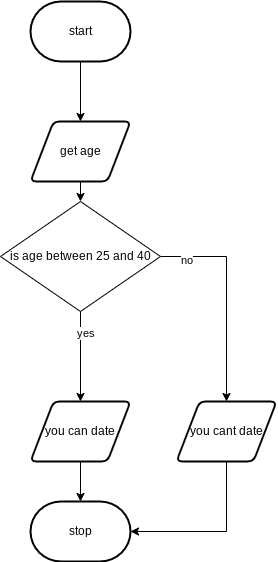
Earlier version of the draw.io export flow.png (devin-jhu/ICS3U-3-07-Python). Source tidied: cells renumbered, new cells last; positions are measured from the earlier drawing's top-left corner, leaving out a move shared by most shapes. The source it was exported from:
```xml
<mxGraphModel>
  <root>
    <mxCell id="0" />
    <mxCell id="1" parent="0" />
    <mxCell id="2" style="edgeStyle=none;html=1;exitX=0.5;exitY=1;exitDx=0;exitDy=0;exitPerimeter=0;entryX=0.5;entryY=0;entryDx=0;entryDy=0;" parent="1" edge="1" source="3" target="5">
      <mxGeometry relative="1" as="geometry" />
    </mxCell>
    <mxCell id="3" value="start" style="strokeWidth=2;html=1;shape=mxgraph.flowchart.terminator;whiteSpace=wrap;" parent="1" vertex="1">
      <mxGeometry x="30" width="100" height="60" as="geometry" />
    </mxCell>
    <mxCell id="4" style="edgeStyle=none;html=1;exitX=0.5;exitY=1;exitDx=0;exitDy=0;entryX=0.5;entryY=0;entryDx=0;entryDy=0;" parent="1" edge="1" source="5" target="15">
      <mxGeometry relative="1" as="geometry" />
    </mxCell>
    <mxCell id="5" value="get age" style="shape=parallelogram;html=1;strokeWidth=2;perimeter=parallelogramPerimeter;whiteSpace=wrap;rounded=1;arcSize=12;size=0.23;" parent="1" vertex="1">
      <mxGeometry x="30" y="120" width="100" height="60" as="geometry" />
    </mxCell>
    <mxCell id="6" style="edgeStyle=none;html=1;exitX=0.5;exitY=1;exitDx=0;exitDy=0;entryX=0.5;entryY=0;entryDx=0;entryDy=0;" parent="1" edge="1" source="15" target="11">
      <mxGeometry relative="1" as="geometry" />
    </mxCell>
    <mxCell id="7" value="yes" style="edgeLabel;html=1;align=center;verticalAlign=middle;" parent="6" vertex="1">
      <mxGeometry x="-0.54" y="4" relative="1" as="geometry" />
    </mxCell>
    <mxCell id="8" style="edgeStyle=orthogonalEdgeStyle;html=1;exitX=1;exitY=0.5;exitDx=0;exitDy=0;entryX=0.5;entryY=0;entryDx=0;entryDy=0;rounded=0;" parent="1" edge="1" source="15" target="14">
      <mxGeometry relative="1" as="geometry" />
    </mxCell>
    <mxCell id="9" value="no" style="edgeLabel;html=1;align=center;verticalAlign=middle;fontSize=11;fontFamily=Helvetica;fontColor=default;" parent="8" vertex="1">
      <mxGeometry x="-0.76" y="-3" relative="1" as="geometry" />
    </mxCell>
    <mxCell id="10" style="edgeStyle=none;html=1;exitX=0.5;exitY=1;exitDx=0;exitDy=0;entryX=0.5;entryY=0;entryDx=0;entryDy=0;entryPerimeter=0;" parent="1" edge="1" source="11" target="12">
      <mxGeometry relative="1" as="geometry" />
    </mxCell>
    <mxCell id="11" value="you can date" style="shape=parallelogram;html=1;strokeWidth=2;perimeter=parallelogramPerimeter;whiteSpace=wrap;rounded=1;arcSize=12;size=0.23;" parent="1" vertex="1">
      <mxGeometry x="30" y="400" width="100" height="60" as="geometry" />
    </mxCell>
    <mxCell id="12" value="stop" style="strokeWidth=2;html=1;shape=mxgraph.flowchart.terminator;whiteSpace=wrap;" parent="1" vertex="1">
      <mxGeometry x="30" y="500" width="100" height="60" as="geometry" />
    </mxCell>
    <mxCell id="13" style="edgeStyle=orthogonalEdgeStyle;shape=connector;rounded=0;html=1;exitX=0.5;exitY=1;exitDx=0;exitDy=0;entryX=1;entryY=0.5;entryDx=0;entryDy=0;entryPerimeter=0;labelBackgroundColor=default;fontFamily=Helvetica;fontSize=11;fontColor=default;endArrow=classic;strokeColor=default;" parent="1" edge="1" source="14" target="12">
      <mxGeometry relative="1" as="geometry">
        <Array as="points">
          <mxPoint x="226" y="530" />
        </Array>
      </mxGeometry>
    </mxCell>
    <mxCell id="14" value="you cant date" style="shape=parallelogram;html=1;strokeWidth=2;perimeter=parallelogramPerimeter;whiteSpace=wrap;rounded=1;arcSize=12;size=0.23;" parent="1" vertex="1">
      <mxGeometry x="176" y="400" width="100" height="60" as="geometry" />
    </mxCell>
    <mxCell id="15" value="is age between 25 and 40" style="rhombus;whiteSpace=wrap;html=1;" parent="1" vertex="1">
      <mxGeometry y="200" width="160" height="110" as="geometry" />
    </mxCell>
  </root>
</mxGraphModel>
```
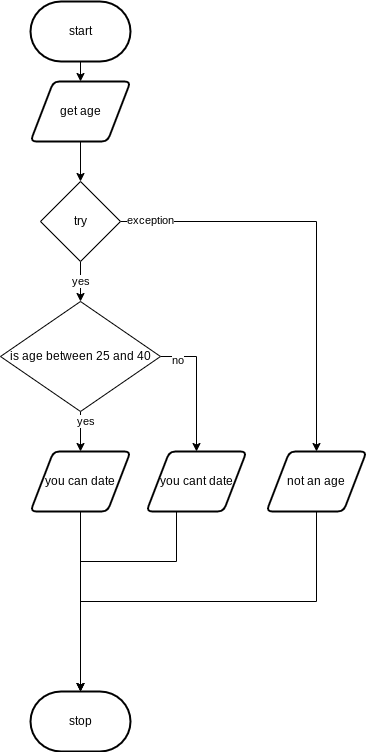
Above is the later version.

What changed in the source:
```diff
@@ -6,13 +6,13 @@
       <mxGeometry relative="1" as="geometry" />
     </mxCell>
     <mxCell id="3" value="start" style="strokeWidth=2;html=1;shape=mxgraph.flowchart.terminator;whiteSpace=wrap;" parent="1" vertex="1">
-      <mxGeometry x="30" width="100" height="60" as="geometry" />
+      <mxGeometry x="30" y="-50" width="100" height="60" as="geometry" />
     </mxCell>
-    <mxCell id="4" style="edgeStyle=none;html=1;exitX=0.5;exitY=1;exitDx=0;exitDy=0;entryX=0.5;entryY=0;entryDx=0;entryDy=0;" parent="1" edge="1" source="5" target="15">
-      <mxGeometry relative="1" as="geometry" />
-    </mxCell>
+    <mxCell id="16" style="edgeStyle=none;html=1;exitX=0.5;exitY=1;exitDx=0;exitDy=0;" parent="1" edge="1" source="5" target="20">
+      <mxGeometry relative="1" as="geometry" />
+    </mxCell>
     <mxCell id="5" value="get age" style="shape=parallelogram;html=1;strokeWidth=2;perimeter=parallelogramPerimeter;whiteSpace=wrap;rounded=1;arcSize=12;size=0.23;" parent="1" vertex="1">
-      <mxGeometry x="30" y="120" width="100" height="60" as="geometry" />
+      <mxGeometry x="30" y="30" width="100" height="60" as="geometry" />
     </mxCell>
     <mxCell id="6" style="edgeStyle=none;html=1;exitX=0.5;exitY=1;exitDx=0;exitDy=0;entryX=0.5;entryY=0;entryDx=0;entryDy=0;" parent="1" edge="1" source="15" target="11">
       <mxGeometry relative="1" as="geometry" />
@@ -26,27 +26,47 @@
     <mxCell id="9" value="no" style="edgeLabel;html=1;align=center;verticalAlign=middle;fontSize=11;fontFamily=Helvetica;fontColor=default;" parent="8" vertex="1">
       <mxGeometry x="-0.76" y="-3" relative="1" as="geometry" />
     </mxCell>
-    <mxCell id="10" style="edgeStyle=none;html=1;exitX=0.5;exitY=1;exitDx=0;exitDy=0;entryX=0.5;entryY=0;entryDx=0;entryDy=0;entryPerimeter=0;" parent="1" edge="1" source="11" target="12">
+    <mxCell id="10" style="edgeStyle=orthogonalEdgeStyle;shape=connector;rounded=0;html=1;exitX=0.5;exitY=1;exitDx=0;exitDy=0;entryX=0.5;entryY=0;entryDx=0;entryDy=0;entryPerimeter=0;labelBackgroundColor=default;fontFamily=Helvetica;fontSize=11;fontColor=default;endArrow=classic;strokeColor=default;" parent="1" edge="1" source="11" target="12">
       <mxGeometry relative="1" as="geometry" />
     </mxCell>
     <mxCell id="11" value="you can date" style="shape=parallelogram;html=1;strokeWidth=2;perimeter=parallelogramPerimeter;whiteSpace=wrap;rounded=1;arcSize=12;size=0.23;" parent="1" vertex="1">
       <mxGeometry x="30" y="400" width="100" height="60" as="geometry" />
     </mxCell>
     <mxCell id="12" value="stop" style="strokeWidth=2;html=1;shape=mxgraph.flowchart.terminator;whiteSpace=wrap;" parent="1" vertex="1">
-      <mxGeometry x="30" y="500" width="100" height="60" as="geometry" />
+      <mxGeometry x="30" y="640" width="100" height="60" as="geometry" />
     </mxCell>
-    <mxCell id="13" style="edgeStyle=orthogonalEdgeStyle;shape=connector;rounded=0;html=1;exitX=0.5;exitY=1;exitDx=0;exitDy=0;entryX=1;entryY=0.5;entryDx=0;entryDy=0;entryPerimeter=0;labelBackgroundColor=default;fontFamily=Helvetica;fontSize=11;fontColor=default;endArrow=classic;strokeColor=default;" parent="1" edge="1" source="14" target="12">
+    <mxCell id="13" style="edgeStyle=orthogonalEdgeStyle;shape=connector;rounded=0;html=1;exitX=0.25;exitY=1;exitDx=0;exitDy=0;entryX=0.5;entryY=0;entryDx=0;entryDy=0;entryPerimeter=0;labelBackgroundColor=default;fontFamily=Helvetica;fontSize=11;fontColor=default;endArrow=classic;strokeColor=default;" parent="1" edge="1" source="14" target="12">
       <mxGeometry relative="1" as="geometry">
         <Array as="points">
-          <mxPoint x="226" y="530" />
+          <mxPoint x="176" y="460" />
+          <mxPoint x="176" y="510" />
+          <mxPoint x="80" y="510" />
         </Array>
       </mxGeometry>
     </mxCell>
     <mxCell id="14" value="you cant date" style="shape=parallelogram;html=1;strokeWidth=2;perimeter=parallelogramPerimeter;whiteSpace=wrap;rounded=1;arcSize=12;size=0.23;" parent="1" vertex="1">
-      <mxGeometry x="176" y="400" width="100" height="60" as="geometry" />
+      <mxGeometry x="146" y="400" width="100" height="60" as="geometry" />
     </mxCell>
     <mxCell id="15" value="is age between 25 and 40" style="rhombus;whiteSpace=wrap;html=1;" parent="1" vertex="1">
-      <mxGeometry y="200" width="160" height="110" as="geometry" />
+      <mxGeometry y="250" width="160" height="110" as="geometry" />
     </mxCell>
+    <mxCell id="17" value="yes" style="edgeStyle=none;html=1;exitX=0.5;exitY=1;exitDx=0;exitDy=0;entryX=0.5;entryY=0;entryDx=0;entryDy=0;" parent="1" edge="1" source="20" target="15">
+      <mxGeometry relative="1" as="geometry" />
+    </mxCell>
+    <mxCell id="18" style="edgeStyle=orthogonalEdgeStyle;html=1;exitX=1;exitY=0.5;exitDx=0;exitDy=0;entryX=0.5;entryY=0;entryDx=0;entryDy=0;rounded=0;" parent="1" edge="1" source="20" target="22">
+      <mxGeometry relative="1" as="geometry" />
+    </mxCell>
+    <mxCell id="19" value="exception" style="edgeLabel;html=1;align=center;verticalAlign=middle;fontSize=11;fontFamily=Helvetica;fontColor=default;" parent="18" vertex="1">
+      <mxGeometry x="-0.86" y="2" relative="1" as="geometry" />
+    </mxCell>
+    <mxCell id="20" value="try" style="rhombus;whiteSpace=wrap;html=1;" parent="1" vertex="1">
+      <mxGeometry x="40" y="130" width="80" height="80" as="geometry" />
+    </mxCell>
+    <mxCell id="21" style="edgeStyle=orthogonalEdgeStyle;shape=connector;rounded=0;html=1;exitX=0.5;exitY=1;exitDx=0;exitDy=0;entryX=0.5;entryY=0;entryDx=0;entryDy=0;entryPerimeter=0;labelBackgroundColor=default;fontFamily=Helvetica;fontSize=11;fontColor=default;endArrow=classic;strokeColor=default;" parent="1" edge="1" source="22" target="12">
+      <mxGeometry relative="1" as="geometry" />
+    </mxCell>
+    <mxCell id="22" value="not an age" style="shape=parallelogram;html=1;strokeWidth=2;perimeter=parallelogramPerimeter;whiteSpace=wrap;rounded=1;arcSize=12;size=0.23;" parent="1" vertex="1">
+      <mxGeometry x="266" y="400" width="100" height="60" as="geometry" />
+    </mxCell>
   </root>
 </mxGraphModel>
```
